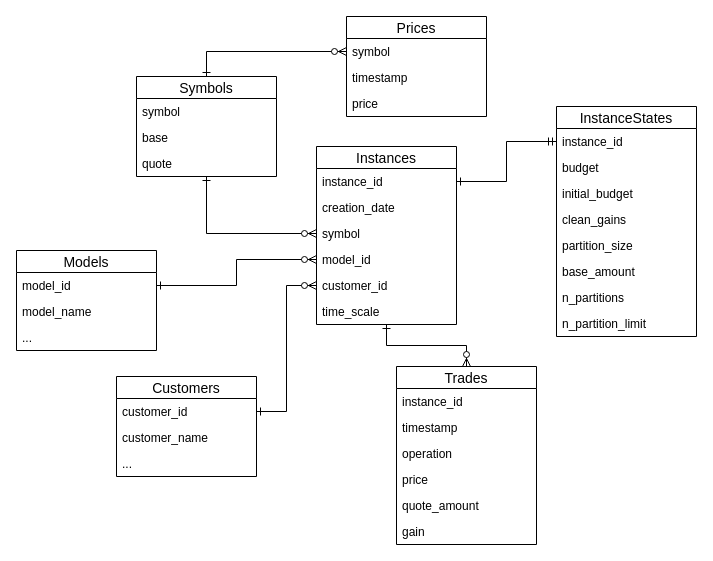
ruiz-salvat/morfeo keeps this draw.io diagram as Docs/EDRDiagram.drawio. Above is the earlier version. Source tidied: cells renumbered, new cells numbered last; positions are measured from the earlier drawing's top-left corner, leaving out a move shared by most shapes. Both pictures are drawn from the tidied source at 100%, with x=0, y=0 at pixel (16, 16).
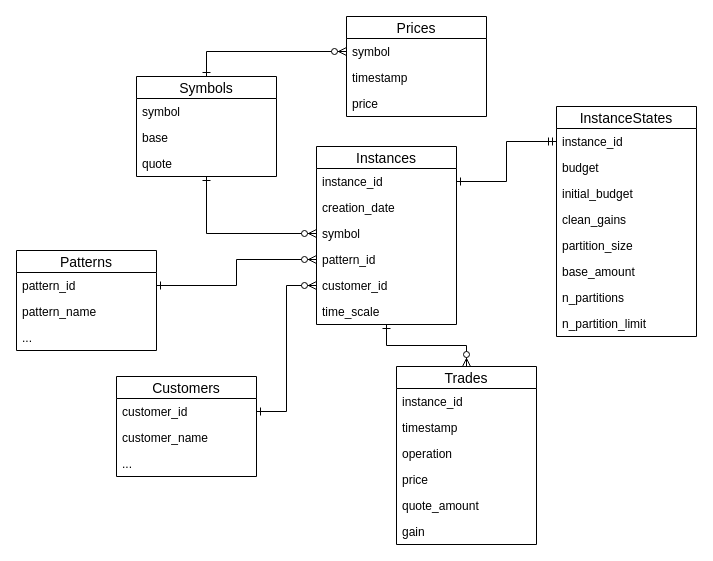
The same diagram, later.

The change refers to these unchanged cells:
```xml
<mxCell id="12" value="Instances" style="swimlane;fontStyle=0;horizontal=1;startSize=22;align=center;fontSize=14;" parent="1" vertex="1">
  <mxGeometry x="300" y="130" width="140" height="178" as="geometry" />
</mxCell>
```

Change to the diagram source:
```diff
@@
-    <mxCell id="16" value="model_id" style="text;strokeColor=none;fillColor=none;spacingLeft=4;spacingRight=4;overflow=hidden;points=[[0,0.5],[1,0.5]];portConstraint=eastwest;fontSize=12;" parent="12" vertex="1">
+    <mxCell id="16" value="pattern_id" style="text;strokeColor=none;fillColor=none;spacingLeft=4;spacingRight=4;overflow=hidden;points=[[0,0.5],[1,0.5]];portConstraint=eastwest;fontSize=12;" parent="12" vertex="1">
       <mxGeometry y="100" width="140" height="26" as="geometry" />
     </mxCell>
@@
-    <mxCell id="39" value="Models" style="swimlane;fontStyle=0;horizontal=1;startSize=22;align=center;fontSize=14;" parent="1" vertex="1">
+    <mxCell id="39" value="Patterns" style="swimlane;fontStyle=0;horizontal=1;startSize=22;align=center;fontSize=14;" parent="1" vertex="1">
       <mxGeometry y="234" width="140" height="100" as="geometry" />
     </mxCell>
-    <mxCell id="40" value="model_id" style="text;strokeColor=none;fillColor=none;spacingLeft=4;spacingRight=4;overflow=hidden;points=[[0,0.5],[1,0.5]];portConstraint=eastwest;fontSize=12;" parent="39" vertex="1">
+    <mxCell id="40" value="pattern_id" style="text;strokeColor=none;fillColor=none;spacingLeft=4;spacingRight=4;overflow=hidden;points=[[0,0.5],[1,0.5]];portConstraint=eastwest;fontSize=12;" parent="39" vertex="1">
       <mxGeometry y="22" width="140" height="26" as="geometry" />
     </mxCell>
-    <mxCell id="41" value="model_name" style="text;strokeColor=none;fillColor=none;spacingLeft=4;spacingRight=4;overflow=hidden;fontSize=12;" parent="39" vertex="1">
+    <mxCell id="41" value="pattern_name" style="text;strokeColor=none;fillColor=none;spacingLeft=4;spacingRight=4;overflow=hidden;fontSize=12;" parent="39" vertex="1">
       <mxGeometry y="48" width="140" height="26" as="geometry" />
     </mxCell>
```
